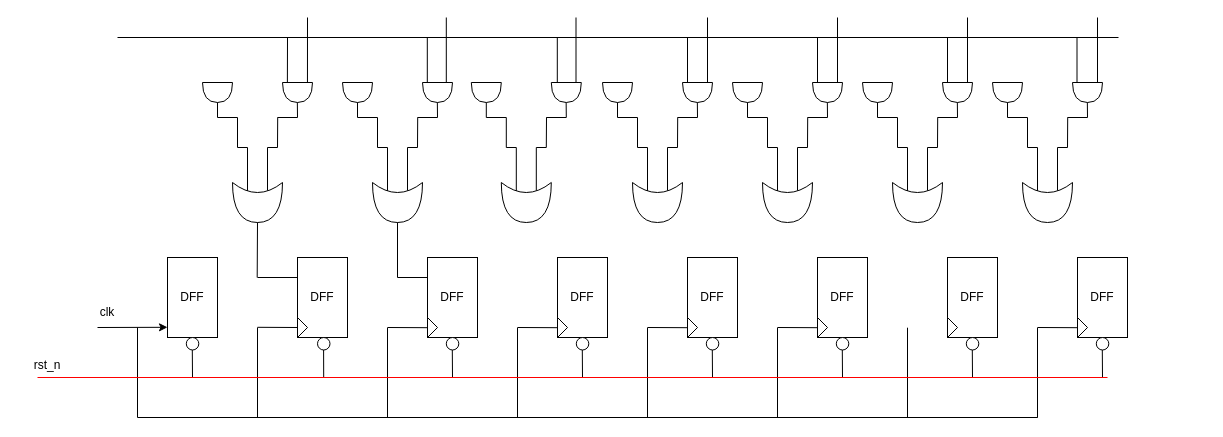
Before: page "PISO" (3 of 4) of Untitled Diagram.drawio in 106210049/SIPO_PISO, a draw.io diagram. Source tidied: cells renumbered, new cells numbered last; positions are measured from the earlier drawing's top-left corner, leaving out a move shared by most shapes. Both pictures are drawn from the tidied source at 100%, with x=0, y=0 at pixel (17, 17).
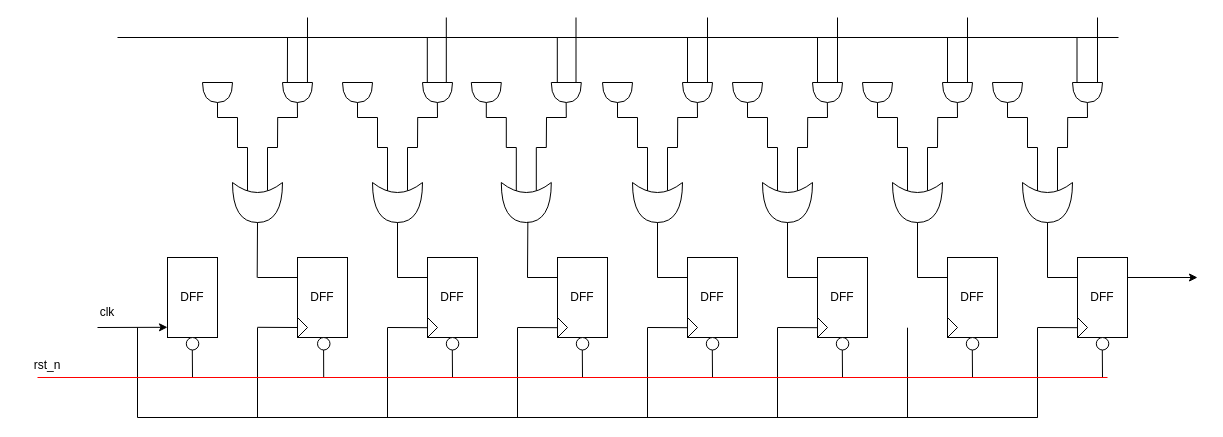
The same page after the edit.

The change refers to these unchanged cells:
```xml
<mxCell id="80" style="shape=xor;whiteSpace=wrap;html=1;strokeColor=default;align=center;verticalAlign=middle;fontFamily=Helvetica;fontSize=12;fontColor=default;fillColor=default;rotation=90;" parent="1" vertex="1">
  <mxGeometry x="488.8" y="160" width="40" height="50" as="geometry" />
</mxCell>
<mxCell id="93" style="shape=xor;whiteSpace=wrap;html=1;strokeColor=default;align=center;verticalAlign=middle;fontFamily=Helvetica;fontSize=12;fontColor=default;fillColor=default;rotation=90;" parent="1" vertex="1">
  <mxGeometry x="620" y="160" width="40" height="50" as="geometry" />
</mxCell>
<mxCell id="106" style="shape=xor;whiteSpace=wrap;html=1;strokeColor=default;align=center;verticalAlign=middle;fontFamily=Helvetica;fontSize=12;fontColor=default;fillColor=default;rotation=90;" parent="1" vertex="1">
  <mxGeometry x="750" y="160" width="40" height="50" as="geometry" />
</mxCell>
<mxCell id="119" style="shape=xor;whiteSpace=wrap;html=1;strokeColor=default;align=center;verticalAlign=middle;fontFamily=Helvetica;fontSize=12;fontColor=default;fillColor=default;rotation=90;" parent="1" vertex="1">
  <mxGeometry x="880" y="160" width="40" height="50" as="geometry" />
</mxCell>
<mxCell id="132" style="shape=xor;whiteSpace=wrap;html=1;strokeColor=default;align=center;verticalAlign=middle;fontFamily=Helvetica;fontSize=12;fontColor=default;fillColor=default;rotation=90;" parent="1" vertex="1">
  <mxGeometry x="1010" y="160" width="40" height="50" as="geometry" />
</mxCell>
```

Diff of the diagram source:
```diff
@@
+    <mxCell id="162" style="endArrow=none;html=1;rounded=0;fontFamily=Helvetica;fontSize=12;fontColor=default;" parent="1" edge="1">
+      <mxGeometry relative="1" as="geometry">
+        <mxPoint x="510" y="260" as="sourcePoint" />
+        <mxPoint x="540" y="260" as="targetPoint" />
+      </mxGeometry>
+    </mxCell>
+    <mxCell id="163" style="endArrow=none;html=1;rounded=0;fontFamily=Helvetica;fontSize=12;fontColor=default;entryX=0.985;entryY=0.469;entryDx=0;entryDy=0;entryPerimeter=0;" parent="1" edge="1" target="80">
+      <mxGeometry relative="1" as="geometry">
+        <mxPoint x="510" y="260" as="sourcePoint" />
+      </mxGeometry>
+    </mxCell>
+    <mxCell id="164" style="endArrow=none;html=1;rounded=0;fontFamily=Helvetica;fontSize=12;fontColor=default;" parent="1" edge="1">
+      <mxGeometry relative="1" as="geometry">
+        <mxPoint x="640" y="260" as="sourcePoint" />
+        <mxPoint x="670" y="260" as="targetPoint" />
+      </mxGeometry>
+    </mxCell>
+    <mxCell id="165" style="endArrow=none;html=1;rounded=0;fontFamily=Helvetica;fontSize=12;fontColor=default;" parent="1" edge="1">
+      <mxGeometry relative="1" as="geometry">
+        <mxPoint x="770" y="260" as="sourcePoint" />
+        <mxPoint x="800" y="260" as="targetPoint" />
+      </mxGeometry>
+    </mxCell>
+    <mxCell id="166" style="endArrow=none;html=1;rounded=0;fontFamily=Helvetica;fontSize=12;fontColor=default;" parent="1" edge="1">
+      <mxGeometry relative="1" as="geometry">
+        <mxPoint x="900" y="260" as="sourcePoint" />
+        <mxPoint x="930" y="260" as="targetPoint" />
+      </mxGeometry>
+    </mxCell>
+    <mxCell id="167" style="endArrow=none;html=1;rounded=0;fontFamily=Helvetica;fontSize=12;fontColor=default;" parent="1" edge="1">
+      <mxGeometry relative="1" as="geometry">
+        <mxPoint x="1030" y="260" as="sourcePoint" />
+        <mxPoint x="1060" y="260" as="targetPoint" />
+      </mxGeometry>
+    </mxCell>
+    <mxCell id="168" style="endArrow=none;html=1;rounded=0;fontFamily=Helvetica;fontSize=12;fontColor=default;entryX=1;entryY=0.5;entryDx=0;entryDy=0;entryPerimeter=0;" parent="1" edge="1" target="106">
+      <mxGeometry relative="1" as="geometry">
+        <mxPoint x="770" y="260" as="sourcePoint" />
+      </mxGeometry>
+    </mxCell>
+    <mxCell id="169" style="endArrow=none;html=1;rounded=0;fontFamily=Helvetica;fontSize=12;fontColor=default;entryX=1;entryY=0.5;entryDx=0;entryDy=0;entryPerimeter=0;" parent="1" edge="1" target="93">
+      <mxGeometry relative="1" as="geometry">
+        <mxPoint x="640" y="260" as="sourcePoint" />
+      </mxGeometry>
+    </mxCell>
+    <mxCell id="170" style="endArrow=none;html=1;rounded=0;fontFamily=Helvetica;fontSize=12;fontColor=default;entryX=1;entryY=0.5;entryDx=0;entryDy=0;entryPerimeter=0;" parent="1" edge="1" target="119">
+      <mxGeometry relative="1" as="geometry">
+        <mxPoint x="900" y="260" as="sourcePoint" />
+      </mxGeometry>
+    </mxCell>
+    <mxCell id="171" style="endArrow=none;html=1;rounded=0;fontFamily=Helvetica;fontSize=12;fontColor=default;entryX=1;entryY=0.5;entryDx=0;entryDy=0;entryPerimeter=0;" parent="1" edge="1" target="132">
+      <mxGeometry relative="1" as="geometry">
+        <mxPoint x="1030" y="260" as="sourcePoint" />
+      </mxGeometry>
+    </mxCell>
+    <mxCell id="172" style="endArrow=classic;html=1;rounded=0;fontFamily=Helvetica;fontSize=12;fontColor=default;" parent="1" edge="1">
+      <mxGeometry relative="1" as="geometry">
+        <mxPoint x="1110" y="260" as="sourcePoint" />
+        <mxPoint x="1180" y="260" as="targetPoint" />
+      </mxGeometry>
+    </mxCell>
```
